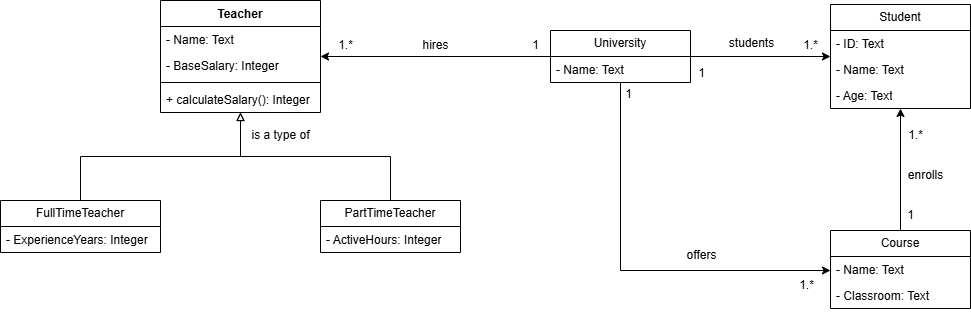
Above: UniversitySystem - Class Diagram.png in n-montanez/university-system (draw.io), before the change. Source tidied: cells renumbered, new cells last; positions are measured from the earlier drawing's top-left corner, leaving out a move shared by most shapes.
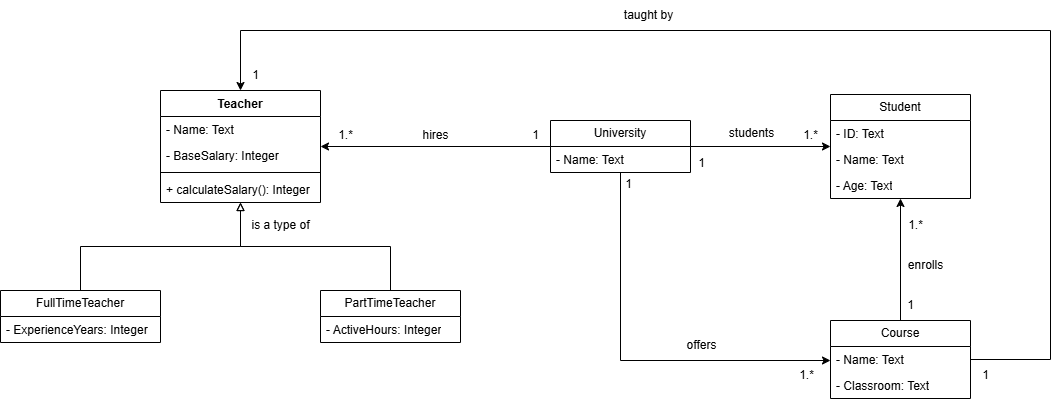
The same diagram one commit later.

Commit message:
fix: adding teacher relationt to course

Change to the diagram source:
```diff
@@ -69,6 +69,15 @@
     <mxCell id="22" style="edgeStyle=orthogonalEdgeStyle;rounded=0;jettySize=auto;html=1;" parent="1" edge="1" source="23" target="26">
       <mxGeometry relative="1" as="geometry" />
     </mxCell>
+    <mxCell id="39" style="edgeStyle=orthogonalEdgeStyle;rounded=0;jettySize=auto;html=1;" parent="1" edge="1" source="23" target="2">
+      <mxGeometry relative="1" as="geometry">
+        <Array as="points">
+          <mxPoint x="1050" y="269" />
+          <mxPoint x="1050" y="-60" />
+          <mxPoint x="240" y="-60" />
+        </Array>
+      </mxGeometry>
+    </mxCell>
     <mxCell id="23" value="Course" style="swimlane;fontStyle=0;horizontal=1;startSize=26;fillColor=none;whiteSpace=wrap;html=1;" parent="1" vertex="1">
       <mxGeometry x="830" y="230" width="140" height="78" as="geometry" />
     </mxCell>
@@ -117,5 +126,14 @@
     <mxCell id="38" value="offers" style="text;html=1;align=center;verticalAlign=middle;strokeColor=none;fillColor=none;" parent="1" vertex="1">
       <mxGeometry x="676" y="240" width="50" height="30" as="geometry" />
     </mxCell>
+    <mxCell id="40" value="1" style="text;html=1;align=center;verticalAlign=middle;strokeColor=none;fillColor=none;" parent="1" vertex="1">
+      <mxGeometry x="970" y="270" width="30" height="30" as="geometry" />
+    </mxCell>
+    <mxCell id="41" value="1" style="text;html=1;align=center;verticalAlign=middle;strokeColor=none;fillColor=none;" parent="1" vertex="1">
+      <mxGeometry x="240" y="-30" width="30" height="30" as="geometry" />
+    </mxCell>
+    <mxCell id="42" value="taught by" style="text;html=1;align=center;verticalAlign=middle;strokeColor=none;fillColor=none;" parent="1" vertex="1">
+      <mxGeometry x="613" y="-90" width="70" height="30" as="geometry" />
+    </mxCell>
   </root>
 </mxGraphModel>
```
